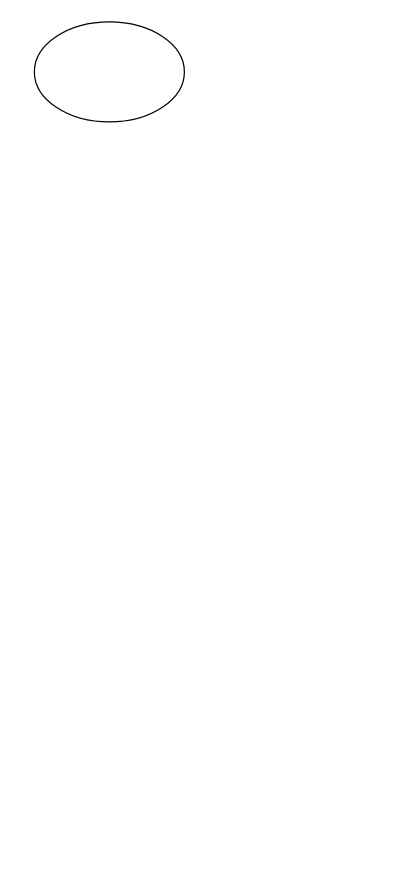
This is Tehtävä1.drawio from MG092/Harjoitusteht-vi-, a draw.io file, before an edit. Source tidied: cells renumbered, new cells numbered last; positions are measured from the earlier drawing's top-left corner, leaving out a move shared by most shapes. Both pictures are drawn from the tidied source at 125%, with x=0, y=0 at pixel (34, 21).
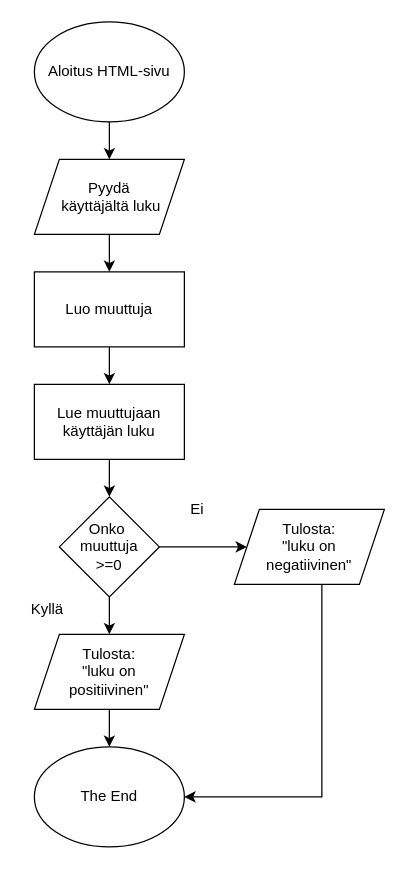
The same page after the edit.

Change to the diagram source:
```diff
@@
+    <mxCell id="3" style="edgeStyle=orthogonalEdgeStyle;rounded=0;jettySize=auto;html=1;" parent="1" edge="1" source="2" target="5">
+      <mxGeometry relative="1" as="geometry" />
+    </mxCell>
-    <mxCell id="2" style="ellipse;whiteSpace=wrap;html=1;" parent="1" vertex="1">
+    <mxCell id="2" value="Aloitus HTML-sivu" style="ellipse;whiteSpace=wrap;html=1;" parent="1" vertex="1">
       <mxGeometry width="120" height="80" as="geometry" />
     </mxCell>
+    <mxCell id="4" style="edgeStyle=orthogonalEdgeStyle;rounded=0;jettySize=auto;html=1;" parent="1" edge="1" source="5" target="7">
+      <mxGeometry relative="1" as="geometry" />
+    </mxCell>
+    <mxCell id="5" value="Pyydä&lt;br&gt;&amp;nbsp;käyttäjältä luku" style="shape=parallelogram;perimeter=parallelogramPerimeter;whiteSpace=wrap;html=1;fixedSize=1;" parent="1" vertex="1">
+      <mxGeometry y="110" width="120" height="60" as="geometry" />
+    </mxCell>
+    <mxCell id="6" style="edgeStyle=orthogonalEdgeStyle;rounded=0;jettySize=auto;html=1;" parent="1" edge="1" source="7" target="9">
+      <mxGeometry relative="1" as="geometry" />
+    </mxCell>
+    <mxCell id="7" value="Luo muuttuja" style="whiteSpace=wrap;html=1;" parent="1" vertex="1">
+      <mxGeometry y="200" width="120" height="60" as="geometry" />
+    </mxCell>
+    <mxCell id="8" style="edgeStyle=orthogonalEdgeStyle;rounded=0;jettySize=auto;html=1;" parent="1" edge="1" source="9" target="12">
+      <mxGeometry relative="1" as="geometry" />
+    </mxCell>
+    <mxCell id="9" value="Lue muuttujaan käyttäjän luku" style="whiteSpace=wrap;html=1;" parent="1" vertex="1">
+      <mxGeometry y="290" width="120" height="60" as="geometry" />
+    </mxCell>
+    <mxCell id="10" style="edgeStyle=orthogonalEdgeStyle;rounded=0;jettySize=auto;html=1;" parent="1" edge="1" source="12" target="14">
+      <mxGeometry relative="1" as="geometry" />
+    </mxCell>
+    <mxCell id="11" style="edgeStyle=orthogonalEdgeStyle;rounded=0;jettySize=auto;html=1;" parent="1" edge="1" source="12" target="17">
+      <mxGeometry relative="1" as="geometry" />
+    </mxCell>
+    <mxCell id="12" value="Onko&amp;nbsp;&lt;br&gt;muuttuja&lt;br&gt;&amp;gt;=0" style="rhombus;whiteSpace=wrap;html=1;" parent="1" vertex="1">
+      <mxGeometry x="20" y="380" width="80" height="80" as="geometry" />
+    </mxCell>
+    <mxCell id="13" style="edgeStyle=orthogonalEdgeStyle;rounded=0;jettySize=auto;html=1;entryX=1;entryY=0.5;entryDx=0;entryDy=0;" parent="1" edge="1" source="14" target="19">
+      <mxGeometry relative="1" as="geometry">
+        <Array as="points">
+          <mxPoint x="230" y="620" />
+        </Array>
+      </mxGeometry>
+    </mxCell>
+    <mxCell id="14" value="Tulosta:&lt;br&gt;&quot;luku on&lt;br&gt;negatiivinen&quot;" style="shape=parallelogram;perimeter=parallelogramPerimeter;whiteSpace=wrap;html=1;fixedSize=1;" parent="1" vertex="1">
+      <mxGeometry x="160" y="390" width="120" height="60" as="geometry" />
+    </mxCell>
+    <mxCell id="15" value="Ei" style="text;html=1;align=center;verticalAlign=middle;fillColor=none;strokeColor=none;rounded=0;" parent="1" vertex="1">
+      <mxGeometry x="115" y="380" width="30" height="20" as="geometry" />
+    </mxCell>
+    <mxCell id="16" style="edgeStyle=orthogonalEdgeStyle;rounded=0;jettySize=auto;html=1;entryX=0.5;entryY=0;entryDx=0;entryDy=0;" parent="1" edge="1" source="17" target="19">
+      <mxGeometry relative="1" as="geometry" />
+    </mxCell>
+    <mxCell id="17" value="Tulosta:&lt;br&gt;&quot;luku on&lt;br&gt;positiivinen&quot;" style="shape=parallelogram;perimeter=parallelogramPerimeter;whiteSpace=wrap;html=1;fixedSize=1;" parent="1" vertex="1">
+      <mxGeometry y="490" width="120" height="60" as="geometry" />
+    </mxCell>
+    <mxCell id="18" value="Kyllä" style="text;html=1;align=center;verticalAlign=middle;fillColor=none;strokeColor=none;rounded=0;" parent="1" vertex="1">
+      <mxGeometry x="-10" y="460" width="40" height="20" as="geometry" />
+    </mxCell>
+    <mxCell id="19" value="The End" style="ellipse;whiteSpace=wrap;html=1;" parent="1" vertex="1">
+      <mxGeometry y="580" width="120" height="80" as="geometry" />
+    </mxCell>
```
